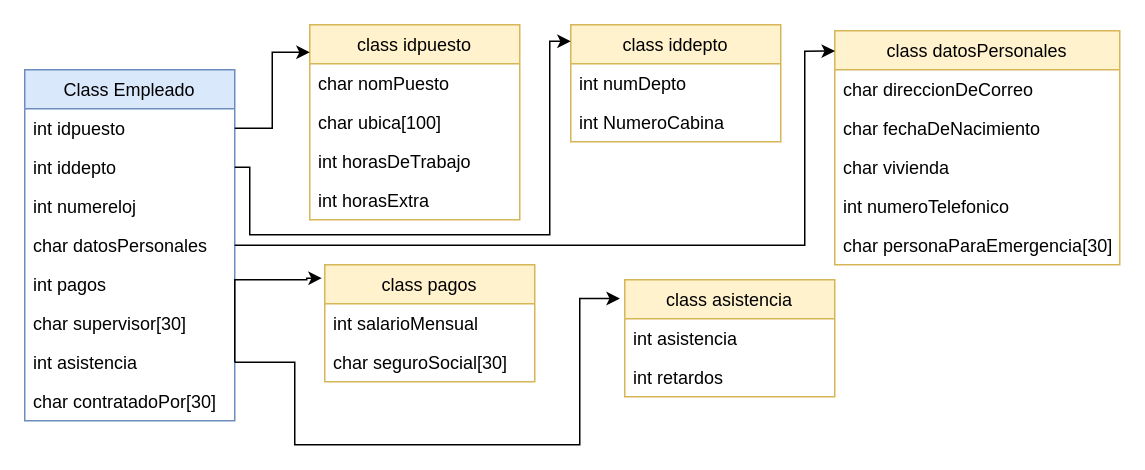
Above: Empleado.drawio in lSoyKevinl/DiagramasProgramacionOrientadaAObjetos (draw.io), before the change. Source tidied: cells renumbered, new cells numbered last; positions are measured from the earlier drawing's top-left corner, leaving out a move shared by most shapes. Both pictures are drawn from the tidied source at 150%, with x=0, y=0 at pixel (24, 24).
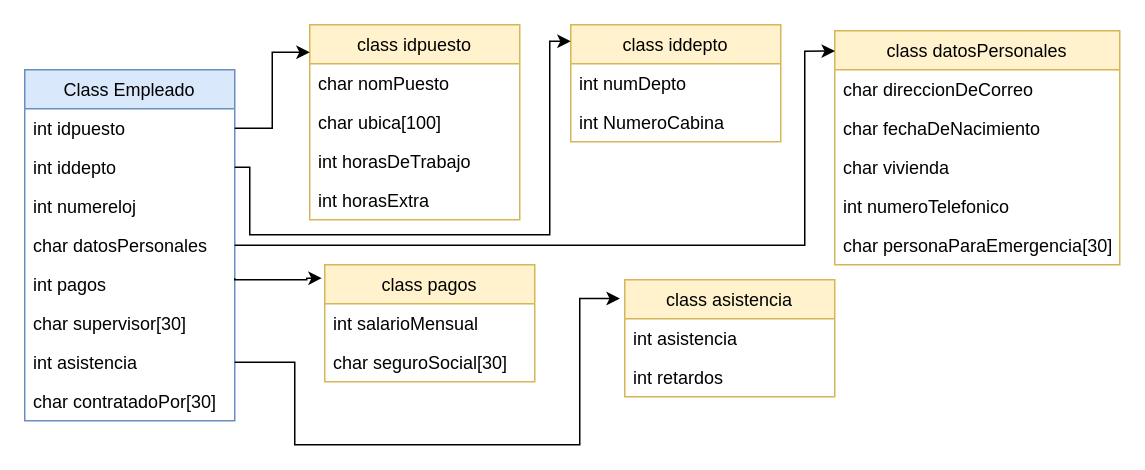
The same page after the edit.

The change refers to these unchanged cells:
```xml
<mxCell id="28" value="class pagos" style="swimlane;fontStyle=0;horizontal=1;startSize=26;fillColor=#fff2cc;strokeColor=#d6b656;" parent="1" vertex="1">
  <mxGeometry x="200" y="160" width="140" height="78" as="geometry" />
</mxCell>
```

The edit, as a diff of the source:
```diff
@@
-    <mxCell id="31" style="edgeStyle=orthogonalEdgeStyle;rounded=0;jettySize=auto;html=1;entryX=-0.014;entryY=0.115;entryDx=0;entryDy=0;entryPerimeter=0;exitX=1;exitY=0.5;exitDx=0;exitDy=0;" parent="1" edge="1" target="28">
+    <mxCell id="31" style="edgeStyle=orthogonalEdgeStyle;rounded=0;jettySize=auto;html=1;entryX=-0.014;entryY=0.115;entryDx=0;entryDy=0;entryPerimeter=0;" parent="1" edge="1" target="28">
       <mxGeometry relative="1" as="geometry">
-        <mxPoint x="140" y="225" as="sourcePoint" />
+        <mxPoint x="140" y="169" as="sourcePoint" />
         <Array as="points">
           <mxPoint x="140" y="170" />
           <mxPoint x="188" y="170" />
           <mxPoint x="188" y="169" />
         </Array>
       </mxGeometry>
     </mxCell>
```
